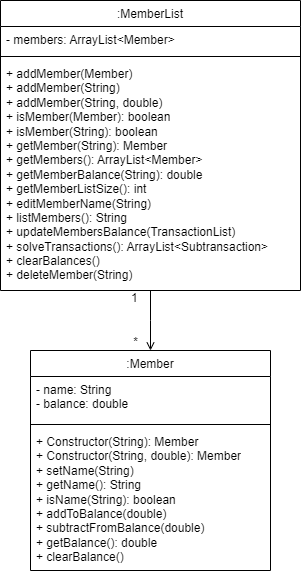
This is docs/diagrams/Member.png from jing-xiang/tp, a draw.io export, as it was before one commit. Source tidied: cells renumbered, new cells last; positions are measured from the earlier drawing's top-left corner, leaving out a move shared by most shapes. The source it was exported from:
```xml
<mxGraphModel>
  <root>
    <mxCell id="0" />
    <mxCell id="1" parent="0" />
    <mxCell id="2" value="&lt;span style=&quot;font-weight: normal;&quot;&gt;:MemberList&lt;/span&gt;" style="swimlane;fontStyle=1;align=center;verticalAlign=top;horizontal=1;startSize=26;whiteSpace=wrap;html=1;" parent="1" vertex="1">
      <mxGeometry width="300" height="290" as="geometry" />
    </mxCell>
    <mxCell id="3" value="- members: ArrayList&amp;lt;Member&amp;gt;" style="text;strokeColor=none;fillColor=none;align=left;verticalAlign=top;spacingLeft=4;spacingRight=4;overflow=hidden;whiteSpace=wrap;html=1;" parent="2" vertex="1">
      <mxGeometry y="26" width="300" height="26" as="geometry" />
    </mxCell>
    <mxCell id="4" style="line;strokeWidth=1;fillColor=none;align=left;verticalAlign=middle;spacingTop=-1;spacingLeft=3;spacingRight=3;labelPosition=right;strokeColor=inherit;" parent="2" vertex="1">
      <mxGeometry y="52" width="300" height="8" as="geometry" />
    </mxCell>
    <mxCell id="5" value="+ addMember(Member)&lt;div&gt;+ addMember(String)&lt;/div&gt;&lt;div&gt;+ addMember(String, double)&lt;/div&gt;&lt;div&gt;+ isMember(Member): boolean&lt;/div&gt;&lt;div&gt;+ isMember(String): boolean&lt;/div&gt;&lt;div&gt;+ getMember(String): Member&lt;/div&gt;&lt;div&gt;+ getMembers(): ArrayList&amp;lt;Member&amp;gt;&lt;/div&gt;&lt;div&gt;+ getMemberBalance(String): double&lt;/div&gt;&lt;div&gt;+ getMemberListSize(): int&lt;/div&gt;&lt;div&gt;+ editMemberName(String)&lt;/div&gt;&lt;div&gt;+ listMembers(): String&lt;/div&gt;&lt;div&gt;+ updateMembersBalance(TransactionList)&lt;/div&gt;&lt;div&gt;+ solveTransactions(): ArrayList&amp;lt;Subtransaction&amp;gt;&lt;/div&gt;&lt;div&gt;+ clearBalances()&lt;/div&gt;&lt;div&gt;+ deleteMember(String)&lt;/div&gt;" style="text;strokeColor=none;fillColor=none;align=left;verticalAlign=top;spacingLeft=4;spacingRight=4;overflow=hidden;points=[[0,0.5],[1,0.5]];portConstraint=eastwest;whiteSpace=wrap;html=1;" parent="2" vertex="1">
      <mxGeometry y="60" width="300" height="230" as="geometry" />
    </mxCell>
    <mxCell id="6" value="&lt;span style=&quot;font-weight: normal;&quot;&gt;:Member&lt;/span&gt;" style="swimlane;fontStyle=1;align=center;verticalAlign=top;horizontal=1;startSize=26;whiteSpace=wrap;html=1;" parent="1" vertex="1">
      <mxGeometry x="30" y="350" width="240" height="220" as="geometry" />
    </mxCell>
    <mxCell id="7" value="- name: String&lt;div&gt;- balance: double&lt;/div&gt;" style="text;strokeColor=none;fillColor=none;align=left;verticalAlign=top;spacingLeft=4;spacingRight=4;overflow=hidden;whiteSpace=wrap;html=1;" parent="6" vertex="1">
      <mxGeometry y="26" width="240" height="44" as="geometry" />
    </mxCell>
    <mxCell id="8" style="line;strokeWidth=1;fillColor=none;align=left;verticalAlign=middle;spacingTop=-1;spacingLeft=3;spacingRight=3;labelPosition=right;strokeColor=inherit;" parent="6" vertex="1">
      <mxGeometry y="70" width="240" height="8" as="geometry" />
    </mxCell>
    <mxCell id="9" value="+ Constructor(String): Member&lt;div&gt;+ Constructor(String, double): Member&lt;/div&gt;&lt;div&gt;+ setName(String)&lt;/div&gt;&lt;div&gt;+ getName(): String&lt;/div&gt;&lt;div&gt;+ isName(String): boolean&lt;/div&gt;+ addToBalance(double)&lt;div&gt;+ subtractFromBalance(double)&lt;br&gt;&lt;/div&gt;&lt;div&gt;+ getBalance(): double&lt;/div&gt;&lt;div&gt;+ clearBalance()&lt;/div&gt;" style="text;strokeColor=none;fillColor=none;align=left;verticalAlign=top;spacingLeft=4;spacingRight=4;overflow=hidden;whiteSpace=wrap;html=1;" parent="6" vertex="1">
      <mxGeometry y="78" width="240" height="142" as="geometry" />
    </mxCell>
    <mxCell id="10" style="endArrow=open;shadow=0;strokeWidth=1;rounded=0;curved=0;endFill=1;edgeStyle=elbowEdgeStyle;elbow=vertical;entryX=0.5;entryY=0;entryDx=0;entryDy=0;" parent="1" edge="1" source="5" target="6">
      <mxGeometry x="0.5" y="41" relative="1" as="geometry">
        <mxPoint x="-40" y="32" as="offset" />
      </mxGeometry>
    </mxCell>
    <mxCell id="11" value="1" style="align=left;verticalAlign=bottom;labelBackgroundColor=none;fontSize=12;" parent="10" vertex="1">
      <mxGeometry x="-1" relative="1" as="geometry">
        <mxPoint x="-21" y="16" as="offset" />
      </mxGeometry>
    </mxCell>
    <mxCell id="12" value="*" style="align=right;verticalAlign=bottom;labelBackgroundColor=none;fontSize=12;" parent="10" vertex="1">
      <mxGeometry x="1" relative="1" as="geometry">
        <mxPoint x="-11" as="offset" />
      </mxGeometry>
    </mxCell>
  </root>
</mxGraphModel>
```
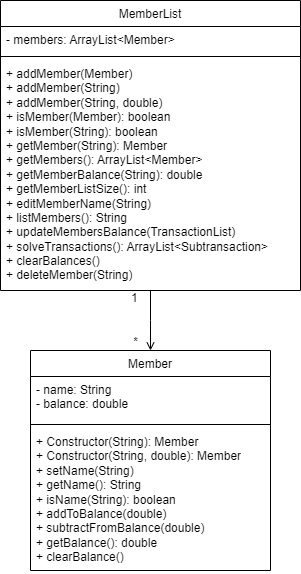
The same file after the commit.

What changed in the source:
```diff
@@ -2,7 +2,7 @@
   <root>
     <mxCell id="0" />
     <mxCell id="1" parent="0" />
-    <mxCell id="2" value="&lt;span style=&quot;font-weight: normal;&quot;&gt;:MemberList&lt;/span&gt;" style="swimlane;fontStyle=1;align=center;verticalAlign=top;horizontal=1;startSize=26;whiteSpace=wrap;html=1;" parent="1" vertex="1">
+    <mxCell id="2" value="&lt;span style=&quot;font-weight: normal;&quot;&gt;MemberList&lt;/span&gt;" style="swimlane;fontStyle=1;align=center;verticalAlign=top;horizontal=1;startSize=26;whiteSpace=wrap;html=1;" parent="1" vertex="1">
       <mxGeometry width="300" height="290" as="geometry" />
     </mxCell>
     <mxCell id="3" value="- members: ArrayList&amp;lt;Member&amp;gt;" style="text;strokeColor=none;fillColor=none;align=left;verticalAlign=top;spacingLeft=4;spacingRight=4;overflow=hidden;whiteSpace=wrap;html=1;" parent="2" vertex="1">
@@ -14,7 +14,7 @@
     <mxCell id="5" value="+ addMember(Member)&lt;div&gt;+ addMember(String)&lt;/div&gt;&lt;div&gt;+ addMember(String, double)&lt;/div&gt;&lt;div&gt;+ isMember(Member): boolean&lt;/div&gt;&lt;div&gt;+ isMember(String): boolean&lt;/div&gt;&lt;div&gt;+ getMember(String): Member&lt;/div&gt;&lt;div&gt;+ getMembers(): ArrayList&amp;lt;Member&amp;gt;&lt;/div&gt;&lt;div&gt;+ getMemberBalance(String): double&lt;/div&gt;&lt;div&gt;+ getMemberListSize(): int&lt;/div&gt;&lt;div&gt;+ editMemberName(String)&lt;/div&gt;&lt;div&gt;+ listMembers(): String&lt;/div&gt;&lt;div&gt;+ updateMembersBalance(TransactionList)&lt;/div&gt;&lt;div&gt;+ solveTransactions(): ArrayList&amp;lt;Subtransaction&amp;gt;&lt;/div&gt;&lt;div&gt;+ clearBalances()&lt;/div&gt;&lt;div&gt;+ deleteMember(String)&lt;/div&gt;" style="text;strokeColor=none;fillColor=none;align=left;verticalAlign=top;spacingLeft=4;spacingRight=4;overflow=hidden;points=[[0,0.5],[1,0.5]];portConstraint=eastwest;whiteSpace=wrap;html=1;" parent="2" vertex="1">
       <mxGeometry y="60" width="300" height="230" as="geometry" />
     </mxCell>
-    <mxCell id="6" value="&lt;span style=&quot;font-weight: normal;&quot;&gt;:Member&lt;/span&gt;" style="swimlane;fontStyle=1;align=center;verticalAlign=top;horizontal=1;startSize=26;whiteSpace=wrap;html=1;" parent="1" vertex="1">
+    <mxCell id="6" value="&lt;span style=&quot;font-weight: normal;&quot;&gt;Member&lt;/span&gt;" style="swimlane;fontStyle=1;align=center;verticalAlign=top;horizontal=1;startSize=26;whiteSpace=wrap;html=1;" parent="1" vertex="1">
       <mxGeometry x="30" y="350" width="240" height="220" as="geometry" />
     </mxCell>
     <mxCell id="7" value="- name: String&lt;div&gt;- balance: double&lt;/div&gt;" style="text;strokeColor=none;fillColor=none;align=left;verticalAlign=top;spacingLeft=4;spacingRight=4;overflow=hidden;whiteSpace=wrap;html=1;" parent="6" vertex="1">
```
